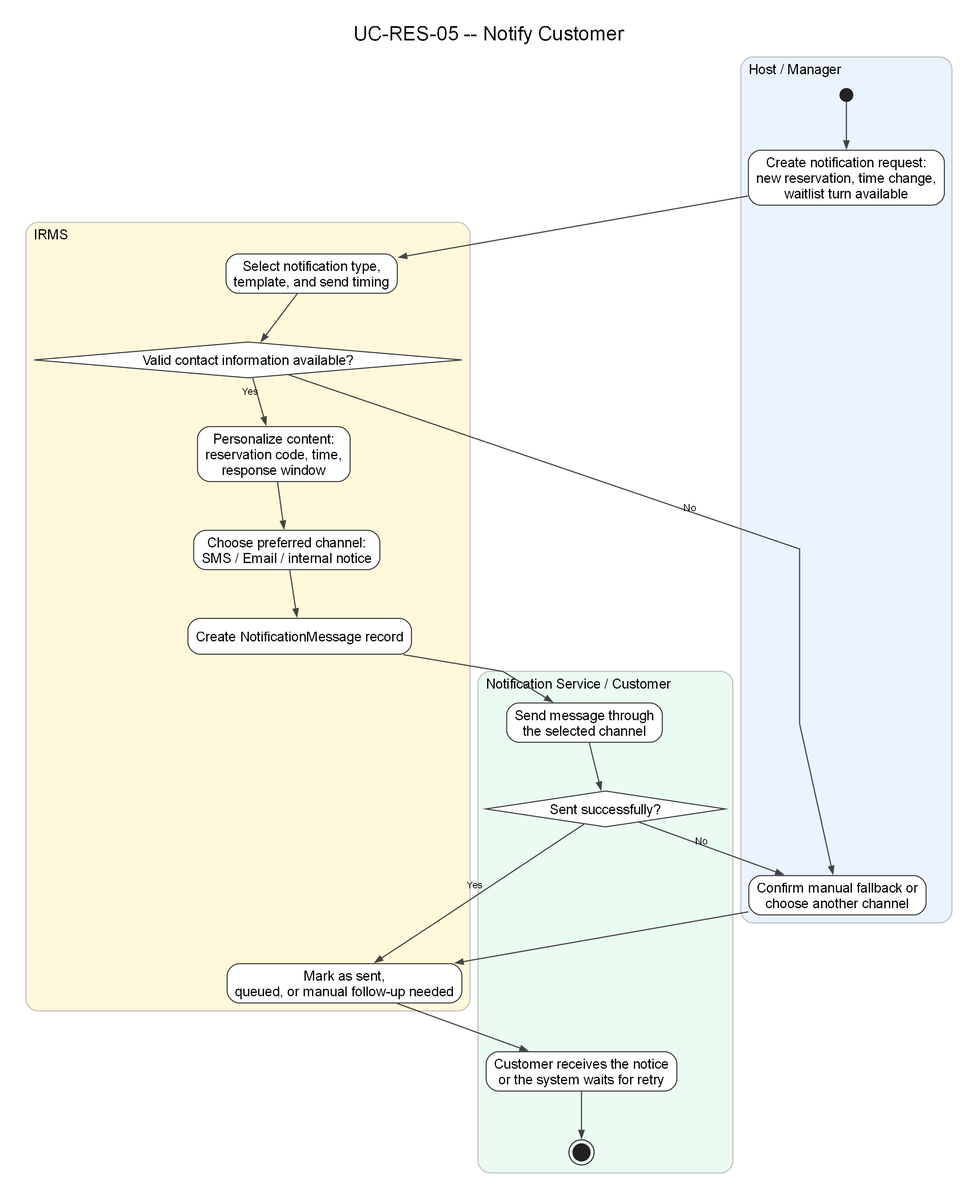
lehoangluan1/SA_IRMS keeps this Graphviz diagram as assets/diagrams/rendered/activity/uc-res-05-notify-customer.png. Above is the earlier version. Its source is kept beside it as assets/diagrams/source/activity/uc-res-05-notify-customer.dot.
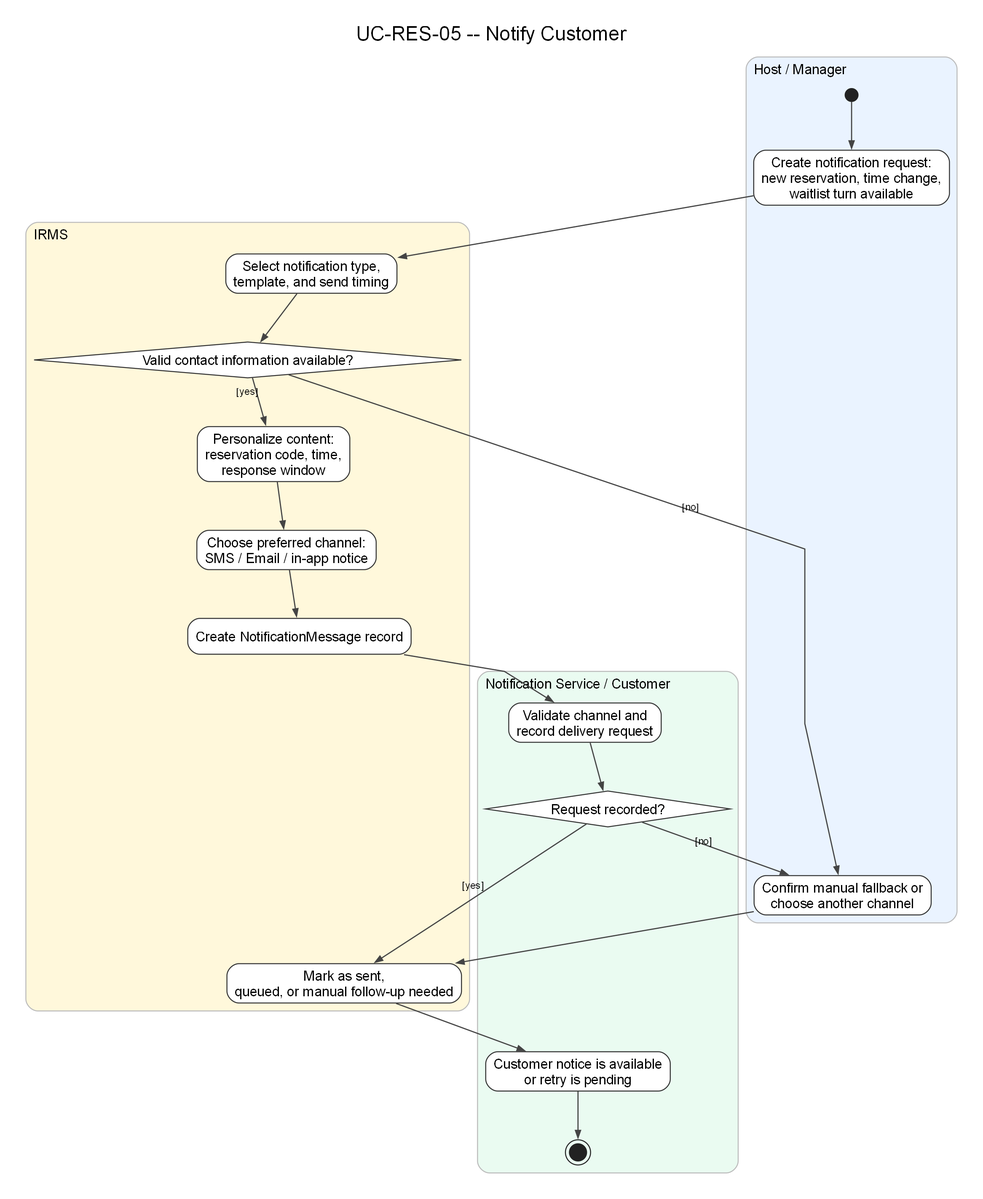
After the commit.

Diff of the diagram source:
```diff
@@ -19,7 +19,7 @@
     n2 [label="Select notification type,\ntemplate, and send timing", shape=rect, style="rounded,filled", fillcolor="white", color="#333333"];
     n3 [label="Valid contact information available?", shape=diamond, style="filled", fillcolor="white", color="#333333"];
     n4 [label="Personalize content:\nreservation code, time,\nresponse window", shape=rect, style="rounded,filled", fillcolor="white", color="#333333"];
-    n5 [label="Choose preferred channel:\nSMS / Email / internal notice", shape=rect, style="rounded,filled", fillcolor="white", color="#333333"];
+    n5 [label="Choose preferred channel:\nSMS / Email / in-app notice", shape=rect, style="rounded,filled", fillcolor="white", color="#333333"];
     n7 [label="Create NotificationMessage record", shape=rect, style="rounded,filled", fillcolor="white", color="#333333"];
     n10 [label="Mark as sent,\nqueued, or manual follow-up needed", shape=rect, style="rounded,filled", fillcolor="white", color="#333333"];
   }
@@ -27,23 +27,23 @@
   subgraph cluster_l3 {
     style="rounded,filled"; fillcolor="#EAFBF1"; color="#BBBBBB"; penwidth=1.0;
     label="Notification Service / Customer"; fontsize=14; labelloc="t"; labeljust="l";
-    n6 [label="Send message through\nthe selected channel", shape=rect, style="rounded,filled", fillcolor="white", color="#333333"];
-    n9 [label="Sent successfully?", shape=diamond, style="filled", fillcolor="white", color="#333333"];
-    n11 [label="Customer receives the notice\nor the system waits for retry", shape=rect, style="rounded,filled", fillcolor="white", color="#333333"];
+    n6 [label="Validate channel and\nrecord delivery request", shape=rect, style="rounded,filled", fillcolor="white", color="#333333"];
+    n9 [label="Request recorded?", shape=diamond, style="filled", fillcolor="white", color="#333333"];
+    n11 [label="Customer notice is available\nor retry is pending", shape=rect, style="rounded,filled", fillcolor="white", color="#333333"];
     n12 [shape=doublecircle, label="", width=0.24, height=0.24, fixedsize=true, style=filled, fillcolor="#222222", color="#222222"];
   }
 
   n0 -> n1;
   n1 -> n2;
   n2 -> n3;
-  n3 -> n4 [xlabel="Yes"];
-  n3 -> n8 [xlabel="No"];
+  n3 -> n4 [xlabel="[yes]"];
+  n3 -> n8 [xlabel="[no]"];
   n4 -> n5;
   n5 -> n7;
   n7 -> n6;
   n6 -> n9;
-  n9 -> n10 [xlabel="Yes"];
-  n9 -> n8 [xlabel="No"];
+  n9 -> n10 [xlabel="[yes]"];
+  n9 -> n8 [xlabel="[no]"];
   n8 -> n10;
   n10 -> n11;
   n11 -> n12;
```
